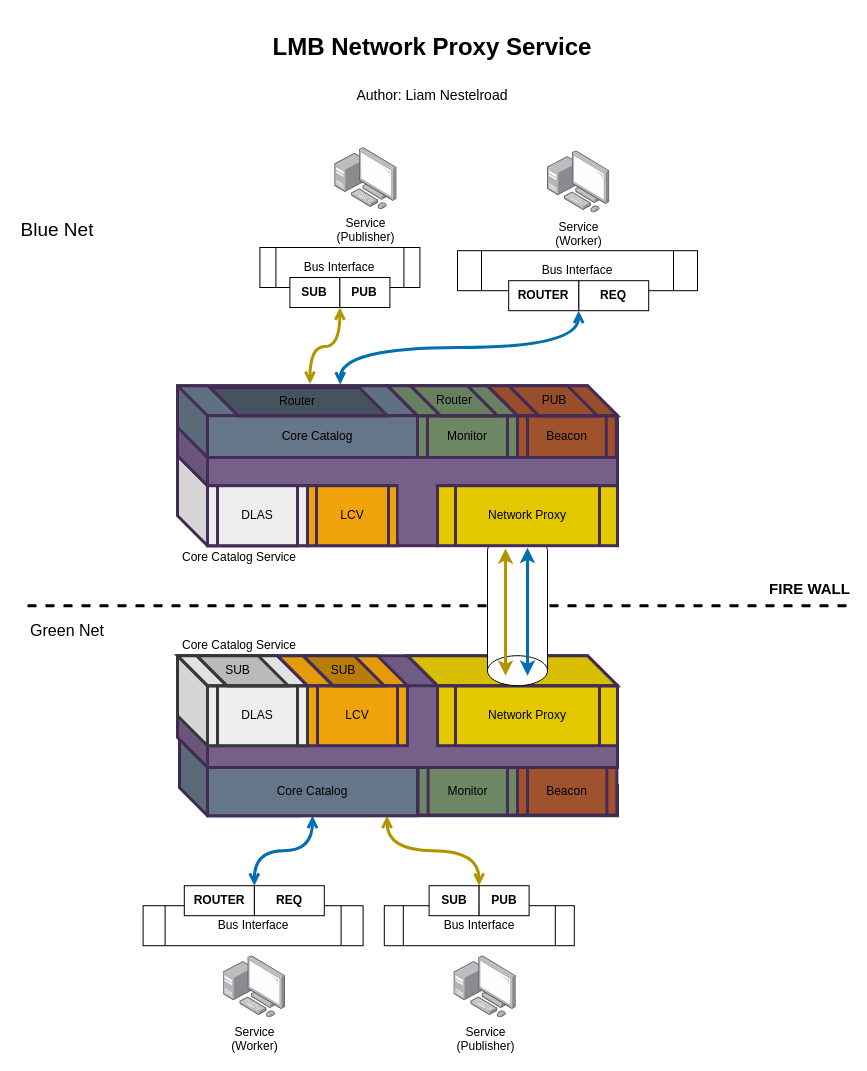
Earlier version of the draw.io diagram page "Network Bridge" (3 of 9) of LMB_architecture.drawio (lnestelroad/Hermes). Source tidied: cells renumbered, new cells numbered last; positions are measured from the earlier drawing's top-left corner, leaving out a move shared by most shapes. Both pictures are drawn from the tidied source at 100%, with x=0, y=0 at pixel (17, 27).
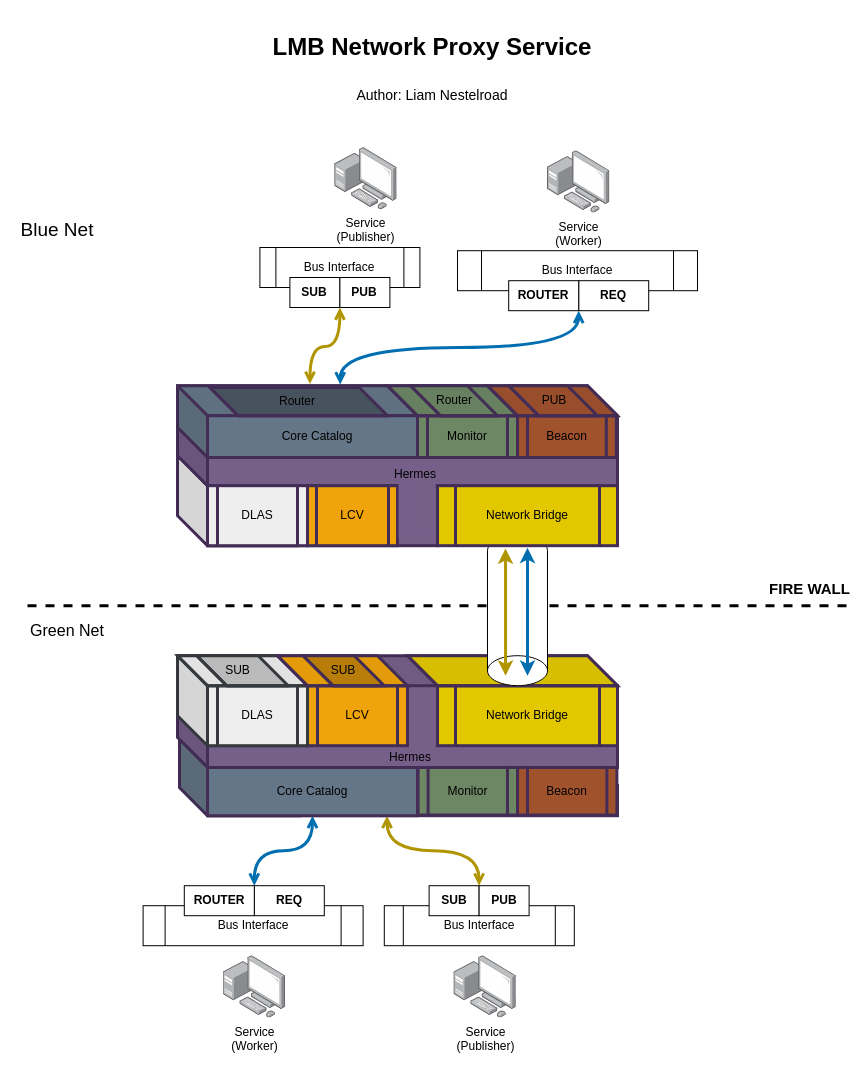
The same page after the edit.

What changed in the source:
```diff
@@
-    <mxCell id="12" value="&lt;span&gt;&lt;font color=&quot;#000000&quot;&gt;Network Proxy&lt;/font&gt;&lt;/span&gt;" style="shape=process;whiteSpace=wrap;html=1;backgroundOutline=1;strokeWidth=3;fillColor=#e3c800;fontColor=#ffffff;strokeColor=#432D57;" parent="1" vertex="1">
+    <mxCell id="12" value="&lt;span style=&quot;color: rgb(0 , 0 , 0)&quot;&gt;Network Bridge&lt;/span&gt;" style="shape=process;whiteSpace=wrap;html=1;backgroundOutline=1;strokeWidth=3;fillColor=#e3c800;fontColor=#ffffff;strokeColor=#432D57;" parent="1" vertex="1">
       <mxGeometry x="420" y="658.2" width="180" height="60" as="geometry" />
     </mxCell>
@@
-    <mxCell id="37" value="Core Catalog Service" style="text;html=1;strokeColor=none;fillColor=none;align=center;verticalAlign=middle;whiteSpace=wrap;rounded=0;" parent="1" vertex="1">
-      <mxGeometry x="158.2" y="520" width="127.6" height="20" as="geometry" />
-    </mxCell>
-    <mxCell id="38" value="&lt;span&gt;&lt;font color=&quot;#000000&quot;&gt;Network Proxy&lt;/font&gt;&lt;/span&gt;" style="shape=process;whiteSpace=wrap;html=1;backgroundOutline=1;strokeWidth=3;fillColor=#e3c800;fontColor=#ffffff;strokeColor=#432D57;" parent="1" vertex="1">
+    <mxCell id="38" value="&lt;span style=&quot;color: rgb(0 , 0 , 0)&quot;&gt;Network Bridge&lt;/span&gt;" style="shape=process;whiteSpace=wrap;html=1;backgroundOutline=1;strokeWidth=3;fillColor=#e3c800;fontColor=#ffffff;strokeColor=#432D57;" parent="1" vertex="1">
       <mxGeometry x="420" y="458.2" width="180" height="60" as="geometry" />
     </mxCell>
@@
-    <mxCell id="63" value="Core Catalog Service" style="text;html=1;strokeColor=none;fillColor=none;align=center;verticalAlign=middle;whiteSpace=wrap;rounded=0;" parent="1" vertex="1">
-      <mxGeometry x="158.2" y="608.2" width="127.6" height="20" as="geometry" />
+    <mxCell id="63" value="&lt;font color=&quot;#000000&quot;&gt;Hermes&lt;/font&gt;" style="text;html=1;strokeColor=none;fillColor=none;align=center;verticalAlign=middle;whiteSpace=wrap;rounded=0;" parent="1" vertex="1">
+      <mxGeometry x="328.9" y="720" width="127.6" height="20" as="geometry" />
     </mxCell>
@@
+    <mxCell id="70" value="&lt;font color=&quot;#000000&quot;&gt;Hermes&lt;/font&gt;" style="text;html=1;strokeColor=none;fillColor=none;align=center;verticalAlign=middle;whiteSpace=wrap;rounded=0;" parent="1" vertex="1">
+      <mxGeometry x="334" y="437.4" width="127.6" height="20" as="geometry" />
+    </mxCell>
```
